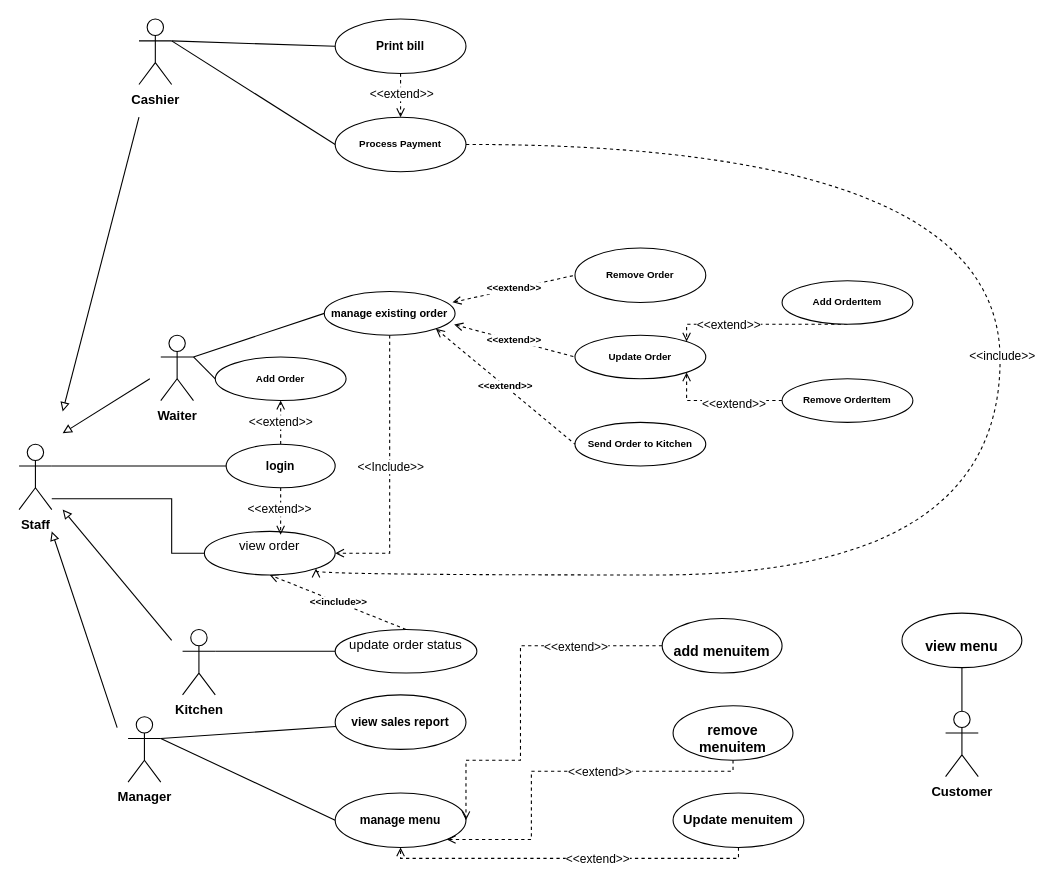
The draw.io diagram page "Page-1" (1 of 2) of Restaurant_usecase.drawio in hoangda24312/Restaurant-Management-Group-Project, before the edit. Source tidied: cells renumbered, new cells numbered last; positions are measured from the earlier drawing's top-left corner, leaving out a move shared by most shapes. Both pictures are drawn from the tidied source at 109%, with x=0, y=0 at pixel (19, 19).
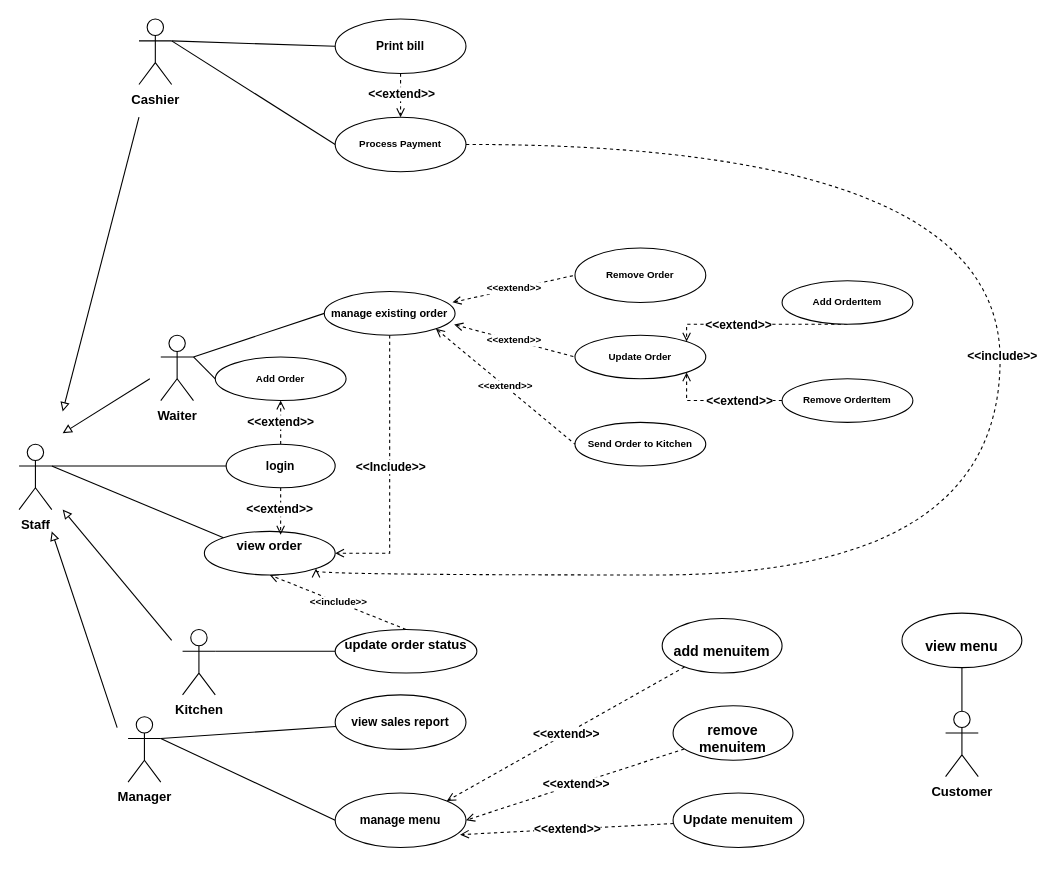
The same page after the edit.

Unchanged cells that the change refers to:
```xml
<mxCell id="17" value="Staff" style="shape=umlActor;verticalLabelPosition=bottom;verticalAlign=top;html=1;outlineConnect=0;fontColor=default;fontStyle=1;" parent="1" vertex="1">
  <mxGeometry y="390" width="30" height="60" as="geometry" />
</mxCell>
<mxCell id="21" value="&lt;br&gt;&lt;font face=&quot;Arial, sans-serif&quot;&gt;&lt;span style=&quot;white-space-collapse: preserve;&quot;&gt;Process Payment&lt;/span&gt;&lt;/font&gt;&lt;div&gt;&lt;br&gt;&lt;/div&gt;" style="ellipse;whiteSpace=wrap;html=1;fontSize=9;fontColor=default;fontStyle=1;" parent="1" vertex="1">
  <mxGeometry x="290" y="90" width="120" height="50" as="geometry" />
</mxCell>
<mxCell id="28" value="&lt;p&gt;&lt;span&gt;&lt;font style=&quot;font-size: 10px;&quot;&gt;manage existing order&lt;/font&gt;&lt;/span&gt;&lt;/p&gt;" style="ellipse;whiteSpace=wrap;html=1;fontStyle=1;fontSize=9;" parent="1" vertex="1">
  <mxGeometry x="280" y="250" width="120" height="40" as="geometry" />
</mxCell>
<mxCell id="33" value="&lt;font style=&quot;font-size: 11px;&quot;&gt;login&lt;/font&gt;" style="ellipse;whiteSpace=wrap;html=1;fontStyle=1;fontSize=9;" parent="1" vertex="1">
  <mxGeometry x="190" y="390" width="100" height="40" as="geometry" />
</mxCell>
<mxCell id="34" value="Add Order" style="ellipse;whiteSpace=wrap;html=1;fontSize=9;fontStyle=1;" parent="1" vertex="1">
  <mxGeometry x="180" y="310" width="120" height="40" as="geometry" />
</mxCell>
<mxCell id="36" value="Update Order" style="ellipse;whiteSpace=wrap;html=1;fontSize=9;fontStyle=1;" parent="1" vertex="1">
  <mxGeometry x="510" y="290" width="120" height="40" as="geometry" />
</mxCell>
<mxCell id="46" value="&lt;br&gt;&lt;p&gt;&lt;font style=&quot;font-size: 13px;&quot;&gt;add menuitem&lt;/font&gt;&lt;/p&gt;" style="ellipse;whiteSpace=wrap;html=1;fontSize=9;verticalAlign=middle;fontStyle=1;" parent="1" vertex="1">
  <mxGeometry x="590" y="550" width="110" height="50" as="geometry" />
</mxCell>
<mxCell id="48" value="&lt;br&gt;&lt;p&gt;&lt;font style=&quot;font-size: 13px;&quot;&gt;remove menuitem&lt;/font&gt;&lt;/p&gt;" style="ellipse;whiteSpace=wrap;html=1;fontSize=9;verticalAlign=middle;fontStyle=1;" parent="1" vertex="1">
  <mxGeometry x="600" y="630" width="110" height="50" as="geometry" />
</mxCell>
<mxCell id="50" value="&lt;font style=&quot;font-size: 12px;&quot;&gt;Update menuitem&lt;/font&gt;" style="ellipse;whiteSpace=wrap;html=1;fontSize=9;verticalAlign=middle;fontStyle=1;" parent="1" vertex="1">
  <mxGeometry x="600" y="710" width="120" height="50" as="geometry" />
</mxCell>
<mxCell id="55" value="&lt;div&gt;&lt;font style=&quot;font-size: 11px;&quot;&gt;Print bill&lt;/font&gt;&lt;/div&gt;" style="ellipse;whiteSpace=wrap;html=1;fontSize=9;fontColor=default;fontStyle=1;" parent="1" vertex="1">
  <mxGeometry x="290" width="120" height="50" as="geometry" />
</mxCell>
<mxCell id="57" value="Customer" style="shape=umlActor;verticalLabelPosition=bottom;verticalAlign=top;html=1;outlineConnect=0;fontColor=default;fontStyle=1;" parent="1" vertex="1">
  <mxGeometry x="850" y="635" width="30" height="60" as="geometry" />
</mxCell>
<mxCell id="58" value="&lt;br&gt;&lt;p&gt;&lt;font style=&quot;font-size: 13px;&quot;&gt;view menu&lt;/font&gt;&lt;/p&gt;" style="ellipse;whiteSpace=wrap;html=1;fontSize=9;verticalAlign=middle;fontStyle=1;" parent="1" vertex="1">
  <mxGeometry x="810" y="545" width="110" height="50" as="geometry" />
</mxCell>
<mxCell id="61" value="Add OrderItem" style="ellipse;whiteSpace=wrap;html=1;fontSize=9;fontStyle=1;" parent="1" vertex="1">
  <mxGeometry x="700" y="240" width="120" height="40" as="geometry" />
</mxCell>
<mxCell id="64" value="Remove OrderItem" style="ellipse;whiteSpace=wrap;html=1;fontSize=9;fontStyle=1;" parent="1" vertex="1">
  <mxGeometry x="700" y="330" width="120" height="40" as="geometry" />
</mxCell>
```

What changed in the source:
```diff
@@
-    <mxCell id="16" style="edgeStyle=orthogonalEdgeStyle;rounded=0;jettySize=auto;html=1;entryX=0;entryY=0;entryDx=0;entryDy=0;endArrow=none;endFill=0;" parent="1" edge="1" source="17" target="25">
-      <mxGeometry relative="1" as="geometry">
-        <Array as="points">
-          <mxPoint x="140" y="440" />
-          <mxPoint x="140" y="490" />
-          <mxPoint x="188" y="490" />
-        </Array>
-      </mxGeometry>
+    <mxCell id="16" style="rounded=0;jettySize=auto;html=1;entryX=0;entryY=0;entryDx=0;entryDy=0;endArrow=none;endFill=0;exitX=1;exitY=0.3333333333333333;exitDx=0;exitDy=0;exitPerimeter=0;fontStyle=1;" parent="1" edge="1" source="17" target="25">
+      <mxGeometry relative="1" as="geometry" />
     </mxCell>
@@
-    <mxCell id="19" style="edgeStyle=orthogonalEdgeStyle;rounded=0;jettySize=auto;html=1;entryX=1;entryY=1;entryDx=0;entryDy=0;curved=1;endArrow=open;endFill=0;dashed=1;" parent="1" edge="1" source="21" target="25">
+    <mxCell id="19" style="edgeStyle=orthogonalEdgeStyle;rounded=0;jettySize=auto;html=1;entryX=1;entryY=1;entryDx=0;entryDy=0;curved=1;endArrow=open;endFill=0;dashed=1;fontStyle=1;" parent="1" edge="1" source="21" target="25">
       <mxGeometry relative="1" as="geometry">
         <Array as="points">
           <mxPoint x="900" y="115" />
           <mxPoint x="900" y="510" />
           <mxPoint x="272" y="510" />
         </Array>
       </mxGeometry>
     </mxCell>
-    <mxCell id="20" value="&amp;lt;&amp;lt;include&amp;gt;&amp;gt;" style="edgeLabel;html=1;align=center;verticalAlign=middle;" parent="19" vertex="1">
+    <mxCell id="20" value="&amp;lt;&amp;lt;include&amp;gt;&amp;gt;" style="edgeLabel;html=1;align=center;verticalAlign=middle;fontStyle=1;" parent="19" vertex="1">
       <mxGeometry x="-0.1" y="1" relative="1" as="geometry" />
     </mxCell>
@@
-    <mxCell id="25" value="&lt;span style=&quot;font-weight: normal;&quot;&gt;&lt;font style=&quot;font-size: 12px;&quot;&gt;view order&lt;/font&gt;&lt;/span&gt;" style="ellipse;whiteSpace=wrap;html=1;fontSize=9;verticalAlign=top;align=center;fontStyle=1;" parent="1" vertex="1">
+    <mxCell id="25" value="&lt;span style=&quot;&quot;&gt;&lt;font style=&quot;font-size: 12px;&quot;&gt;view order&lt;/font&gt;&lt;/span&gt;" style="ellipse;whiteSpace=wrap;html=1;fontSize=9;verticalAlign=top;align=center;fontStyle=1;" parent="1" vertex="1">
       <mxGeometry x="170" y="470" width="120" height="40" as="geometry" />
     </mxCell>
-    <mxCell id="26" style="edgeStyle=orthogonalEdgeStyle;rounded=0;jettySize=auto;html=1;entryX=1;entryY=0.5;entryDx=0;entryDy=0;endArrow=open;endFill=0;dashed=1;" parent="1" edge="1" source="28" target="25">
+    <mxCell id="26" style="edgeStyle=orthogonalEdgeStyle;rounded=0;jettySize=auto;html=1;entryX=1;entryY=0.5;entryDx=0;entryDy=0;endArrow=open;endFill=0;dashed=1;fontStyle=1;" parent="1" edge="1" source="28" target="25">
       <mxGeometry relative="1" as="geometry" />
     </mxCell>
-    <mxCell id="27" value="&amp;lt;&amp;lt;Include&amp;gt;&amp;gt;" style="edgeLabel;html=1;align=center;verticalAlign=middle;" parent="26" vertex="1">
+    <mxCell id="27" value="&amp;lt;&amp;lt;Include&amp;gt;&amp;gt;" style="edgeLabel;html=1;align=center;verticalAlign=middle;fontStyle=1;" parent="26" vertex="1">
       <mxGeometry x="0.08" y="3" relative="1" as="geometry">
         <mxPoint x="-3" y="-15" as="offset" />
       </mxGeometry>
     </mxCell>
@@
-    <mxCell id="30" value="&lt;br&gt;&lt;p&gt;&lt;font style=&quot;font-size: 11px;&quot;&gt;manage menu&lt;/font&gt;&lt;/p&gt;&lt;div&gt;&lt;br/&gt;&lt;/div&gt;" style="ellipse;whiteSpace=wrap;html=1;fontSize=9;verticalAlign=middle;fontStyle=1;" parent="1" vertex="1">
+    <mxCell id="30" value="&lt;br&gt;&lt;p&gt;&lt;font style=&quot;font-size: 11px;&quot;&gt;manage menu&lt;/font&gt;&lt;/p&gt;&lt;div&gt;&lt;br&gt;&lt;/div&gt;" style="ellipse;whiteSpace=wrap;html=1;fontSize=9;verticalAlign=middle;fontStyle=1;" parent="1" vertex="1">
       <mxGeometry x="290" y="710" width="120" height="50" as="geometry" />
     </mxCell>
-    <mxCell id="31" style="edgeStyle=orthogonalEdgeStyle;rounded=0;jettySize=auto;html=1;entryX=0.5;entryY=1;entryDx=0;entryDy=0;endArrow=open;endFill=0;dashed=1;" parent="1" edge="1" source="33" target="34">
+    <mxCell id="31" style="edgeStyle=orthogonalEdgeStyle;rounded=0;jettySize=auto;html=1;entryX=0.5;entryY=1;entryDx=0;entryDy=0;endArrow=open;endFill=0;dashed=1;fontStyle=1;" parent="1" edge="1" source="33" target="34">
       <mxGeometry relative="1" as="geometry" />
     </mxCell>
-    <mxCell id="32" value="&amp;lt;&amp;lt;extend&amp;gt;&amp;gt;" style="edgeLabel;html=1;align=center;verticalAlign=middle;" parent="31" vertex="1">
+    <mxCell id="32" value="&amp;lt;&amp;lt;extend&amp;gt;&amp;gt;" style="edgeLabel;html=1;align=center;verticalAlign=middle;fontStyle=1;" parent="31" vertex="1">
       <mxGeometry x="0.05" y="1" relative="1" as="geometry" />
     </mxCell>
@@
-    <mxCell id="41" style="edgeStyle=orthogonalEdgeStyle;rounded=0;jettySize=auto;html=1;entryX=0.583;entryY=0.075;entryDx=0;entryDy=0;entryPerimeter=0;endArrow=open;endFill=0;dashed=1;" parent="1" edge="1" source="33" target="25">
+    <mxCell id="41" style="edgeStyle=orthogonalEdgeStyle;rounded=0;jettySize=auto;html=1;entryX=0.583;entryY=0.075;entryDx=0;entryDy=0;entryPerimeter=0;endArrow=open;endFill=0;dashed=1;fontStyle=1;" parent="1" edge="1" source="33" target="25">
       <mxGeometry relative="1" as="geometry" />
     </mxCell>
-    <mxCell id="42" value="&amp;lt;&amp;lt;extend&amp;gt;&amp;gt;" style="edgeLabel;html=1;align=center;verticalAlign=middle;" parent="41" vertex="1">
+    <mxCell id="42" value="&amp;lt;&amp;lt;extend&amp;gt;&amp;gt;" style="edgeLabel;html=1;align=center;verticalAlign=middle;fontStyle=1;" parent="41" vertex="1">
       <mxGeometry x="-0.07" y="-1" relative="1" as="geometry" />
     </mxCell>
-    <mxCell id="43" value="&lt;span style=&quot;font-size: 12px; font-weight: 400;&quot;&gt;update order status&lt;/span&gt;" style="ellipse;whiteSpace=wrap;html=1;fontSize=9;verticalAlign=top;align=center;fontStyle=1;" parent="1" vertex="1">
+    <mxCell id="43" value="&lt;span style=&quot;font-size: 12px;&quot;&gt;update order status&lt;/span&gt;" style="ellipse;whiteSpace=wrap;html=1;fontSize=9;verticalAlign=top;align=center;fontStyle=1;" parent="1" vertex="1">
       <mxGeometry x="290" y="560" width="130" height="40" as="geometry" />
     </mxCell>
-    <mxCell id="44" style="edgeStyle=orthogonalEdgeStyle;rounded=0;jettySize=auto;html=1;entryX=1;entryY=0.5;entryDx=0;entryDy=0;endArrow=open;endFill=0;dashed=1;" parent="1" edge="1" source="46" target="30">
-      <mxGeometry relative="1" as="geometry">
-        <Array as="points">
-          <mxPoint x="460" y="575" />
-          <mxPoint x="460" y="680" />
-          <mxPoint x="410" y="680" />
-        </Array>
-      </mxGeometry>
+    <mxCell id="44" value="&amp;lt;&amp;lt;extend&amp;gt;&amp;gt;" style="rounded=0;jettySize=auto;html=1;entryX=1;entryY=0;entryDx=0;entryDy=0;endArrow=open;endFill=0;dashed=1;fontStyle=1;" parent="1" edge="1" source="46" target="30">
+      <mxGeometry relative="1" as="geometry" />
     </mxCell>
-    <mxCell id="45" value="&amp;lt;&amp;lt;extend&amp;gt;&amp;gt;" style="edgeLabel;html=1;align=center;verticalAlign=middle;" parent="44" vertex="1">
-      <mxGeometry x="-0.53" relative="1" as="geometry" />
-    </mxCell>
@@
-    <mxCell id="47" style="edgeStyle=orthogonalEdgeStyle;rounded=0;jettySize=auto;html=1;entryX=1;entryY=1;entryDx=0;entryDy=0;endArrow=open;endFill=0;dashed=1;" parent="1" edge="1" source="48" target="30">
-      <mxGeometry relative="1" as="geometry">
-        <Array as="points">
-          <mxPoint x="655" y="690" />
-          <mxPoint x="470" y="690" />
-          <mxPoint x="470" y="753" />
-        </Array>
-      </mxGeometry>
+    <mxCell id="47" value="&amp;lt;&amp;lt;extend&amp;gt;&amp;gt;" style="rounded=0;jettySize=auto;html=1;entryX=1;entryY=0.5;entryDx=0;entryDy=0;endArrow=open;endFill=0;dashed=1;fontStyle=1;" parent="1" edge="1" source="48" target="30">
+      <mxGeometry relative="1" as="geometry" />
     </mxCell>
@@
-    <mxCell id="49" style="edgeStyle=orthogonalEdgeStyle;rounded=0;jettySize=auto;html=1;entryX=0.5;entryY=1;entryDx=0;entryDy=0;endArrow=open;endFill=0;dashed=1;" parent="1" edge="1" source="50" target="30">
-      <mxGeometry relative="1" as="geometry">
-        <Array as="points">
-          <mxPoint x="660" y="770" />
-          <mxPoint x="350" y="770" />
-        </Array>
-      </mxGeometry>
+    <mxCell id="49" value="&amp;lt;&amp;lt;extend&amp;gt;&amp;gt;" style="rounded=0;jettySize=auto;html=1;entryX=0.955;entryY=0.765;entryDx=0;entryDy=0;endArrow=open;endFill=0;dashed=1;entryPerimeter=0;fontStyle=1;" parent="1" edge="1" source="50" target="30">
+      <mxGeometry relative="1" as="geometry" />
     </mxCell>
@@
-    <mxCell id="51" value="&amp;lt;&amp;lt;extend&amp;gt;&amp;gt;" style="edgeLabel;html=1;align=center;verticalAlign=middle;" parent="1" vertex="1">
-      <mxGeometry x="580" y="620" as="geometry">
-        <mxPoint x="-48" y="70" as="offset" />
-      </mxGeometry>
-    </mxCell>
-    <mxCell id="52" value="&amp;lt;&amp;lt;extend&amp;gt;&amp;gt;" style="edgeLabel;html=1;align=center;verticalAlign=middle;" parent="1" vertex="1">
-      <mxGeometry x="530" y="770" as="geometry" />
-    </mxCell>
-    <mxCell id="53" style="edgeStyle=orthogonalEdgeStyle;rounded=0;jettySize=auto;html=1;exitX=0.5;exitY=1;exitDx=0;exitDy=0;entryX=0.5;entryY=0;entryDx=0;entryDy=0;endArrow=open;endFill=0;dashed=1;" parent="1" edge="1" source="55" target="21">
+    <mxCell id="53" style="edgeStyle=orthogonalEdgeStyle;rounded=0;jettySize=auto;html=1;exitX=0.5;exitY=1;exitDx=0;exitDy=0;entryX=0.5;entryY=0;entryDx=0;entryDy=0;endArrow=open;endFill=0;dashed=1;fontStyle=1;" parent="1" edge="1" source="55" target="21">
       <mxGeometry relative="1" as="geometry" />
     </mxCell>
-    <mxCell id="54" value="&amp;lt;&amp;lt;extend&amp;gt;&amp;gt;" style="edgeLabel;html=1;align=center;verticalAlign=middle;" parent="53" vertex="1">
+    <mxCell id="54" value="&amp;lt;&amp;lt;extend&amp;gt;&amp;gt;" style="edgeLabel;html=1;align=center;verticalAlign=middle;fontStyle=1;" parent="53" vertex="1">
       <mxGeometry x="-0.1" relative="1" as="geometry" />
     </mxCell>
@@
-    <mxCell id="56" style="edgeStyle=orthogonalEdgeStyle;rounded=0;jettySize=auto;html=1;entryX=0.5;entryY=1;entryDx=0;entryDy=0;endArrow=none;endFill=0;" parent="1" edge="1" source="57" target="58">
+    <mxCell id="56" style="edgeStyle=orthogonalEdgeStyle;rounded=0;jettySize=auto;html=1;entryX=0.5;entryY=1;entryDx=0;entryDy=0;endArrow=none;endFill=0;fontStyle=1;" parent="1" edge="1" source="57" target="58">
       <mxGeometry relative="1" as="geometry" />
     </mxCell>
@@
-    <mxCell id="59" style="edgeStyle=orthogonalEdgeStyle;rounded=0;jettySize=auto;html=1;entryX=1;entryY=0;entryDx=0;entryDy=0;endArrow=open;endFill=0;dashed=1;" parent="1" edge="1" source="61" target="36">
+    <mxCell id="59" style="edgeStyle=orthogonalEdgeStyle;rounded=0;jettySize=auto;html=1;entryX=1;entryY=0;entryDx=0;entryDy=0;endArrow=open;endFill=0;dashed=1;fontStyle=1;" parent="1" edge="1" source="61" target="36">
       <mxGeometry relative="1" as="geometry">
         <Array as="points">
           <mxPoint x="612" y="280" />
         </Array>
       </mxGeometry>
     </mxCell>
-    <mxCell id="60" value="&amp;lt;&amp;lt;extend&amp;gt;&amp;gt;" style="edgeLabel;html=1;align=center;verticalAlign=middle;" parent="59" vertex="1">
-      <mxGeometry x="0.35" relative="1" as="geometry" />
+    <mxCell id="60" value="&amp;lt;&amp;lt;extend&amp;gt;&amp;gt;" style="edgeLabel;html=1;align=center;verticalAlign=middle;fontStyle=1;" parent="59" vertex="1">
+      <mxGeometry x="0.35" relative="1" as="geometry">
+        <mxPoint x="9" as="offset" />
+      </mxGeometry>
     </mxCell>
@@
-    <mxCell id="62" style="edgeStyle=orthogonalEdgeStyle;rounded=0;jettySize=auto;html=1;entryX=1;entryY=1;entryDx=0;entryDy=0;endArrow=open;endFill=0;dashed=1;" parent="1" edge="1" source="64" target="36">
+    <mxCell id="62" style="edgeStyle=orthogonalEdgeStyle;rounded=0;jettySize=auto;html=1;entryX=1;entryY=1;entryDx=0;entryDy=0;endArrow=open;endFill=0;dashed=1;fontStyle=1;" parent="1" edge="1" source="64" target="36">
       <mxGeometry relative="1" as="geometry">
         <Array as="points">
           <mxPoint x="612" y="350" />
         </Array>
       </mxGeometry>
     </mxCell>
-    <mxCell id="63" value="&amp;lt;&amp;lt;extend&amp;gt;&amp;gt;" style="edgeLabel;html=1;align=center;verticalAlign=middle;" parent="62" vertex="1">
-      <mxGeometry x="-0.21" y="2" relative="1" as="geometry" />
+    <mxCell id="63" value="&amp;lt;&amp;lt;extend&amp;gt;&amp;gt;" style="edgeLabel;html=1;align=center;verticalAlign=middle;fontStyle=1;" parent="62" vertex="1">
+      <mxGeometry x="-0.21" y="2" relative="1" as="geometry">
+        <mxPoint x="5" y="-2" as="offset" />
+      </mxGeometry>
     </mxCell>
```
